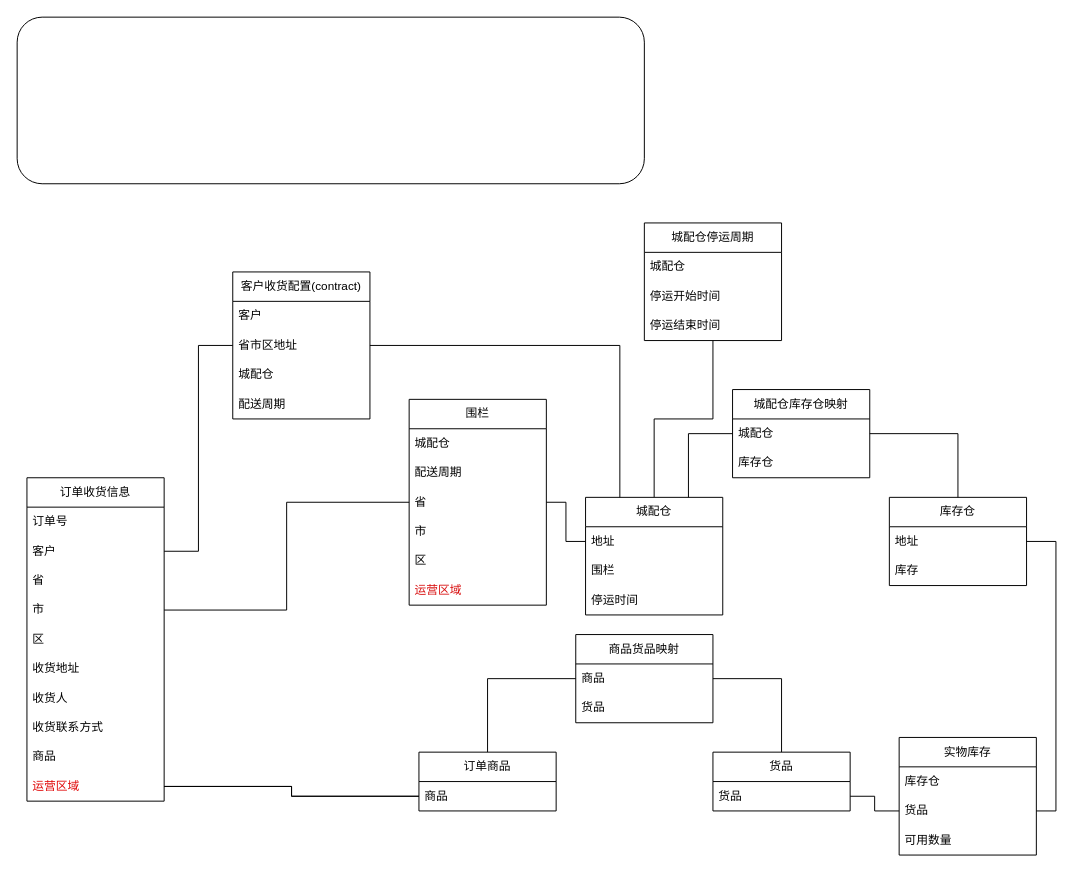
Earlier version of the draw.io diagram draw.io/履约调度逻辑.drawio (zzqfsy/zzqfsy.github.io). Source tidied: cells renumbered, new cells numbered last; positions are measured from the earlier drawing's top-left corner, leaving out a move shared by most shapes. Both pictures are drawn from the tidied source at 98%, with x=0, y=0 at pixel (17, 17).
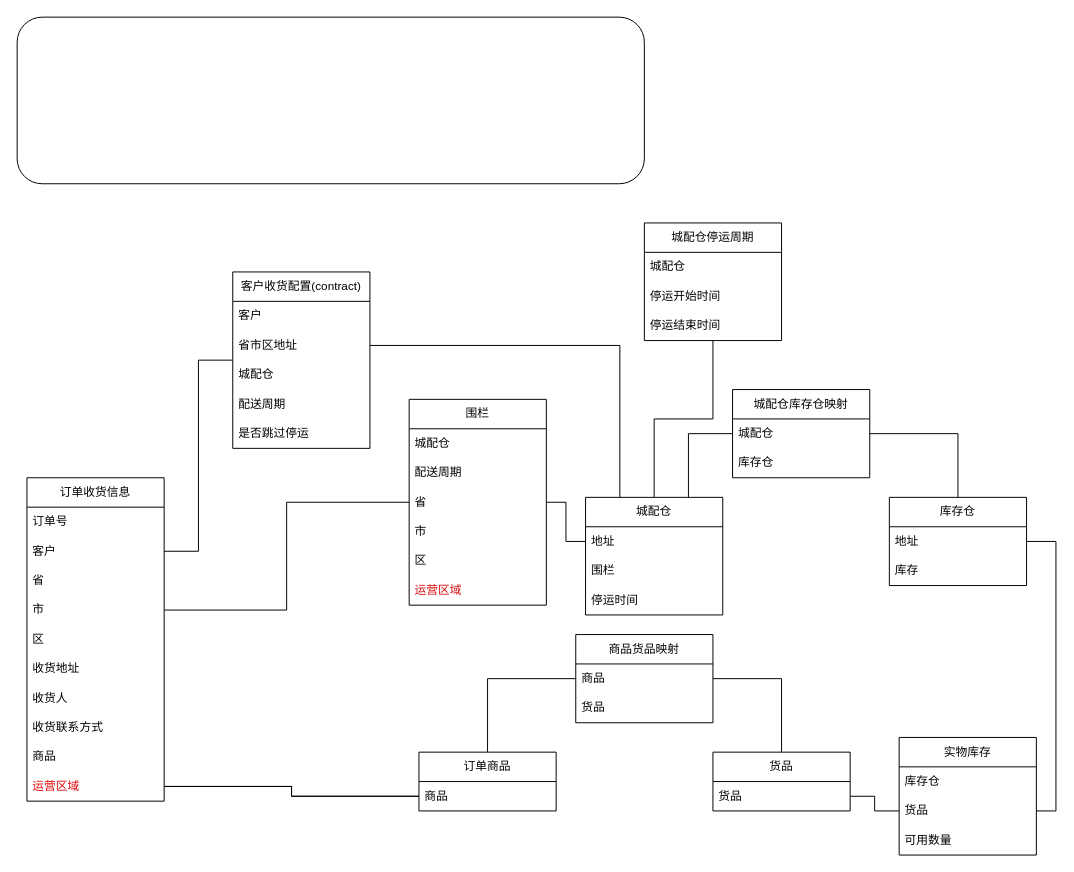
After the change.

Commit message (it also covers changes not shown here):
更新履约调度逻辑.drawio

What changed in the source:
```diff
@@
     <mxCell id="53" value="客户收货配置(contract)" style="swimlane;fontStyle=0;horizontal=1;startSize=30;whiteSpace=wrap;html=1;" parent="1" vertex="1">
-      <mxGeometry x="220" y="260" width="140" height="150" as="geometry" />
+      <mxGeometry x="220" y="260" width="140" height="180" as="geometry" />
     </mxCell>
@@
+    <mxCell id="64" value="配送周期" style="text;strokeColor=none;fillColor=none;align=left;verticalAlign=middle;spacingLeft=4;spacingRight=4;overflow=hidden;whiteSpace=wrap;html=1;" parent="53" vertex="1">
+      <mxGeometry y="120" width="140" height="30" as="geometry" />
+    </mxCell>
-    <mxCell id="57" value="配送周期" style="text;strokeColor=none;fillColor=none;align=left;verticalAlign=middle;spacingLeft=4;spacingRight=4;overflow=hidden;whiteSpace=wrap;html=1;" parent="53" vertex="1">
-      <mxGeometry y="120" width="140" height="30" as="geometry" />
+    <mxCell id="57" value="是否跳过停运" style="text;strokeColor=none;fillColor=none;align=left;verticalAlign=middle;spacingLeft=4;spacingRight=4;overflow=hidden;whiteSpace=wrap;html=1;" parent="53" vertex="1">
+      <mxGeometry y="150" width="140" height="30" as="geometry" />
     </mxCell>
```
